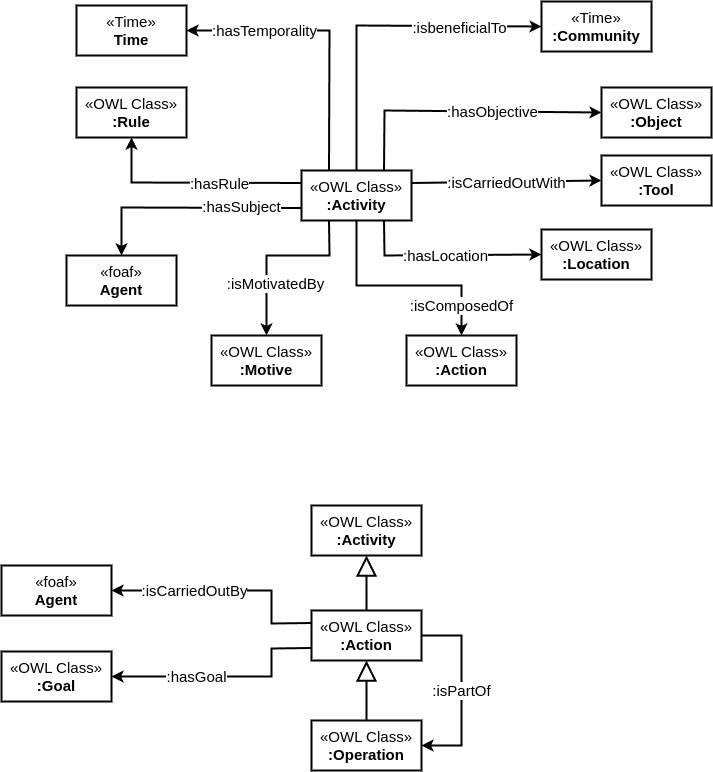
The draw.io diagram Documentation/core.png in sonfack/Activity-Ontology, before a commit. Source tidied: cells renumbered, new cells last; positions are measured from the earlier drawing's top-left corner, leaving out a move shared by most shapes.
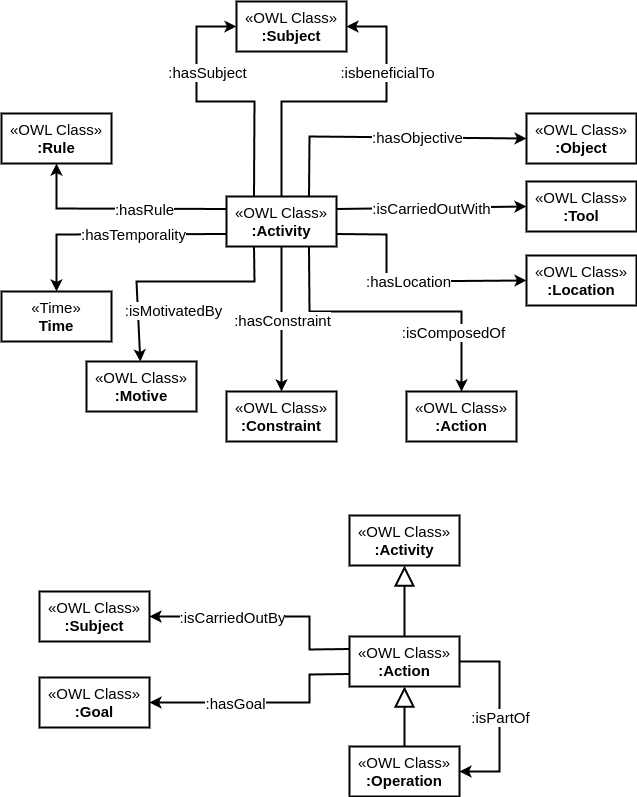
Later version of the same file.

Commit message:
update core activity ontology documentation

What changed in the source:
```diff
@@ -8,39 +8,38 @@
     <mxCell id="3" value="&lt;font style=&quot;font-size: 15px;&quot;&gt;:isCarriedOutWith&lt;/font&gt;" style="edgeLabel;html=1;align=center;verticalAlign=middle;" parent="2" vertex="1">
       <mxGeometry relative="1" as="geometry" />
     </mxCell>
-    <mxCell id="4" style="endArrow=classic;html=1;rounded=0;strokeWidth=2;entryX=0.5;entryY=0;entryDx=0;entryDy=0;exitX=0;exitY=0.75;exitDx=0;exitDy=0;" parent="1" edge="1" source="8" target="10">
+    <mxCell id="4" style="endArrow=classic;html=1;rounded=0;strokeWidth=2;entryX=0;entryY=0.5;entryDx=0;entryDy=0;exitX=0.25;exitY=0;exitDx=0;exitDy=0;" parent="1" edge="1" source="8" target="46">
       <mxGeometry relative="1" as="geometry">
         <Array as="points">
-          <mxPoint x="120" y="206" />
+          <mxPoint x="328" y="74" />
+          <mxPoint x="270" y="74" />
+          <mxPoint x="270" y="-1" />
         </Array>
       </mxGeometry>
     </mxCell>
     <mxCell id="5" value="&lt;font style=&quot;font-size: 15px;&quot;&gt;:hasSubject&lt;/font&gt;" style="edgeLabel;html=1;align=center;verticalAlign=middle;" parent="4" vertex="1">
       <mxGeometry relative="1" as="geometry">
-        <mxPoint x="54" y="-2" as="offset" />
+        <mxPoint x="-9" y="-30" as="offset" />
       </mxGeometry>
     </mxCell>
-    <mxCell id="6" style="endArrow=classic;html=1;rounded=0;strokeWidth=2;entryX=1;entryY=0.5;entryDx=0;entryDy=0;exitX=0.25;exitY=0;exitDx=0;exitDy=0;" parent="1" edge="1" source="8" target="9">
+    <mxCell id="6" style="endArrow=classic;html=1;rounded=0;strokeWidth=2;entryX=0.5;entryY=0;entryDx=0;entryDy=0;exitX=0;exitY=0.75;exitDx=0;exitDy=0;" parent="1" edge="1" source="8" target="9">
       <mxGeometry relative="1" as="geometry">
         <Array as="points">
-          <mxPoint x="328" y="29" />
+          <mxPoint x="130" y="207" />
         </Array>
       </mxGeometry>
     </mxCell>
     <mxCell id="7" value="&lt;font style=&quot;font-size: 15px;&quot;&gt;:hasTemporality&lt;/font&gt;" style="edgeLabel;html=1;align=center;verticalAlign=middle;" parent="6" vertex="1">
       <mxGeometry relative="1" as="geometry">
-        <mxPoint x="-64" as="offset" />
+        <mxPoint x="20" as="offset" />
       </mxGeometry>
     </mxCell>
     <mxCell id="8" value="&lt;font style=&quot;font-size: 15px;&quot;&gt;«OWL Class»&lt;br&gt;&lt;b&gt;:Activity&lt;/b&gt;&lt;br&gt;&lt;/font&gt;" style="html=1;whiteSpace=wrap;strokeWidth=2;" parent="1" vertex="1">
       <mxGeometry x="300" y="169" width="110" height="50" as="geometry" />
     </mxCell>
     <mxCell id="9" value="&lt;font style=&quot;font-size: 15px;&quot;&gt;«Time»&lt;br&gt;&lt;b&gt;Time&lt;/b&gt;&lt;br&gt;&lt;/font&gt;" style="html=1;whiteSpace=wrap;strokeWidth=2;" parent="1" vertex="1">
-      <mxGeometry x="75" y="4" width="110" height="50" as="geometry" />
+      <mxGeometry x="75" y="264" width="110" height="50" as="geometry" />
     </mxCell>
-    <mxCell id="10" value="&lt;font style=&quot;font-size: 15px;&quot;&gt;«foaf»&lt;br&gt;&lt;b&gt;Agent&lt;/b&gt;&lt;br&gt;&lt;/font&gt;" style="html=1;whiteSpace=wrap;strokeWidth=2;" parent="1" vertex="1">
-      <mxGeometry x="65" y="254" width="110" height="50" as="geometry" />
-    </mxCell>
     <mxCell id="11" value="&lt;font style=&quot;font-size: 15px;&quot;&gt;«OWL Class»&lt;br&gt;&lt;b&gt;:Tool&lt;/b&gt;&lt;br&gt;&lt;/font&gt;" style="html=1;whiteSpace=wrap;strokeWidth=2;" parent="1" vertex="1">
       <mxGeometry x="600" y="154" width="110" height="50" as="geometry" />
     </mxCell>
@@ -75,12 +74,13 @@
       <mxGeometry x="75" y="86" width="110" height="50" as="geometry" />
     </mxCell>
     <mxCell id="18" value="&lt;font style=&quot;font-size: 15px;&quot;&gt;«OWL Class»&lt;br&gt;&lt;b&gt;:Location&lt;/b&gt;&lt;br&gt;&lt;/font&gt;" style="html=1;whiteSpace=wrap;strokeWidth=2;" parent="1" vertex="1">
-      <mxGeometry x="540" y="228" width="110" height="50" as="geometry" />
+      <mxGeometry x="600" y="228" width="110" height="50" as="geometry" />
     </mxCell>
-    <mxCell id="19" style="endArrow=classic;html=1;rounded=0;strokeWidth=2;entryX=0;entryY=0.5;entryDx=0;entryDy=0;exitX=0.75;exitY=1;exitDx=0;exitDy=0;" parent="1" edge="1" source="8" target="18">
+    <mxCell id="19" style="endArrow=classic;html=1;rounded=0;strokeWidth=2;entryX=0;entryY=0.5;entryDx=0;entryDy=0;exitX=1;exitY=0.75;exitDx=0;exitDy=0;" parent="1" edge="1" source="8" target="18">
       <mxGeometry relative="1" as="geometry">
         <Array as="points">
-          <mxPoint x="383" y="254" />
+          <mxPoint x="460" y="207" />
+          <mxPoint x="460" y="254" />
         </Array>
       </mxGeometry>
     </mxCell>
@@ -90,8 +90,8 @@
     <mxCell id="21" style="endArrow=classic;html=1;rounded=0;strokeWidth=2;entryX=1;entryY=0.5;entryDx=0;entryDy=0;exitX=0;exitY=0.75;exitDx=0;exitDy=0;" parent="1" edge="1" source="24" target="28">
       <mxGeometry relative="1" as="geometry">
         <Array as="points">
-          <mxPoint x="270" y="647" />
-          <mxPoint x="270" y="675" />
+          <mxPoint x="383" y="647" />
+          <mxPoint x="383" y="675" />
         </Array>
       </mxGeometry>
     </mxCell>
@@ -101,13 +101,13 @@
       </mxGeometry>
     </mxCell>
     <mxCell id="23" value="&lt;font style=&quot;font-size: 15px;&quot;&gt;«OWL Class»&lt;br&gt;&lt;b&gt;:Activity&lt;/b&gt;&lt;br&gt;&lt;/font&gt;" style="html=1;whiteSpace=wrap;strokeWidth=2;" parent="1" vertex="1">
-      <mxGeometry x="310" y="504" width="110" height="50" as="geometry" />
+      <mxGeometry x="423" y="488" width="110" height="50" as="geometry" />
     </mxCell>
     <mxCell id="24" value="&lt;font style=&quot;font-size: 15px;&quot;&gt;«OWL Class»&lt;br&gt;&lt;b&gt;:Action&lt;/b&gt;&lt;br&gt;&lt;/font&gt;" style="html=1;whiteSpace=wrap;strokeWidth=2;" parent="1" vertex="1">
-      <mxGeometry x="310" y="609" width="110" height="50" as="geometry" />
+      <mxGeometry x="423" y="609" width="110" height="50" as="geometry" />
     </mxCell>
     <mxCell id="25" value="&lt;font style=&quot;font-size: 15px;&quot;&gt;«OWL Class»&lt;br&gt;&lt;b&gt;:Operation&lt;/b&gt;&lt;br&gt;&lt;/font&gt;" style="html=1;whiteSpace=wrap;strokeWidth=2;" parent="1" vertex="1">
-      <mxGeometry x="310" y="719" width="110" height="50" as="geometry" />
+      <mxGeometry x="423" y="719" width="110" height="50" as="geometry" />
     </mxCell>
     <mxCell id="26" style="endArrow=block;endSize=16;endFill=0;html=1;rounded=0;strokeWidth=2;entryX=0.5;entryY=1;entryDx=0;entryDy=0;exitX=0.5;exitY=0;exitDx=0;exitDy=0;" parent="1" edge="1" source="25" target="24">
       <mxGeometry relative="1" as="geometry" />
@@ -116,16 +116,13 @@
       <mxGeometry relative="1" as="geometry" />
     </mxCell>
     <mxCell id="28" value="&lt;font style=&quot;font-size: 15px;&quot;&gt;«OWL Class»&lt;br&gt;&lt;b&gt;:Goal&lt;/b&gt;&lt;br&gt;&lt;/font&gt;" style="html=1;whiteSpace=wrap;strokeWidth=2;" parent="1" vertex="1">
-      <mxGeometry y="650" width="110" height="50" as="geometry" />
+      <mxGeometry x="113" y="650" width="110" height="50" as="geometry" />
     </mxCell>
-    <mxCell id="29" value="&lt;font style=&quot;font-size: 15px;&quot;&gt;«foaf»&lt;br&gt;&lt;b&gt;Agent&lt;/b&gt;&lt;br&gt;&lt;/font&gt;" style="html=1;whiteSpace=wrap;strokeWidth=2;" parent="1" vertex="1">
-      <mxGeometry y="564" width="110" height="50" as="geometry" />
-    </mxCell>
-    <mxCell id="30" style="endArrow=classic;html=1;rounded=0;strokeWidth=2;entryX=1;entryY=0.5;entryDx=0;entryDy=0;exitX=0;exitY=0.25;exitDx=0;exitDy=0;" parent="1" edge="1" source="24" target="29">
+    <mxCell id="30" style="endArrow=classic;html=1;rounded=0;strokeWidth=2;exitX=0;exitY=0.25;exitDx=0;exitDy=0;" parent="1" edge="1" source="24" target="47">
       <mxGeometry relative="1" as="geometry">
         <Array as="points">
-          <mxPoint x="270" y="622" />
-          <mxPoint x="270" y="589" />
+          <mxPoint x="383" y="622" />
+          <mxPoint x="383" y="589" />
         </Array>
       </mxGeometry>
     </mxCell>
@@ -135,13 +132,13 @@
       </mxGeometry>
     </mxCell>
     <mxCell id="32" value="&lt;font style=&quot;font-size: 15px;&quot;&gt;«OWL Class»&lt;br&gt;&lt;b&gt;:Motive&lt;/b&gt;&lt;br&gt;&lt;/font&gt;" style="html=1;whiteSpace=wrap;strokeWidth=2;" parent="1" vertex="1">
-      <mxGeometry x="210" y="334" width="110" height="50" as="geometry" />
+      <mxGeometry x="160" y="334" width="110" height="50" as="geometry" />
     </mxCell>
     <mxCell id="33" style="endArrow=classic;html=1;rounded=0;strokeWidth=2;exitX=0.25;exitY=1;exitDx=0;exitDy=0;" parent="1" edge="1" source="8" target="32">
       <mxGeometry relative="1" as="geometry">
         <Array as="points">
           <mxPoint x="328" y="254" />
-          <mxPoint x="265" y="254" />
+          <mxPoint x="210" y="254" />
         </Array>
       </mxGeometry>
     </mxCell>
@@ -150,29 +147,28 @@
         <mxPoint y="28" as="offset" />
       </mxGeometry>
     </mxCell>
-    <mxCell id="35" style="endArrow=classic;html=1;rounded=0;strokeWidth=2;entryX=0;entryY=0.5;entryDx=0;entryDy=0;exitX=0.5;exitY=0;exitDx=0;exitDy=0;" parent="1" edge="1" source="8" target="37">
+    <mxCell id="35" style="endArrow=classic;html=1;rounded=0;strokeWidth=2;entryX=1;entryY=0.5;entryDx=0;entryDy=0;exitX=0.5;exitY=0;exitDx=0;exitDy=0;" parent="1" edge="1" source="8" target="46">
       <mxGeometry relative="1" as="geometry">
         <Array as="points">
-          <mxPoint x="355" y="24" />
+          <mxPoint x="355" y="74" />
+          <mxPoint x="460" y="74" />
+          <mxPoint x="460" y="-1" />
         </Array>
       </mxGeometry>
     </mxCell>
     <mxCell id="36" value="&lt;font style=&quot;font-size: 15px;&quot;&gt;:isbeneficialTo&lt;/font&gt;" style="edgeLabel;html=1;align=center;verticalAlign=middle;" parent="35" vertex="1">
       <mxGeometry relative="1" as="geometry">
-        <mxPoint x="83" y="1" as="offset" />
+        <mxPoint x="42" y="-30" as="offset" />
       </mxGeometry>
     </mxCell>
-    <mxCell id="37" value="&lt;font style=&quot;font-size: 15px;&quot;&gt;«Time»&lt;br&gt;&lt;b&gt;:Community&lt;/b&gt;&lt;/font&gt;" style="html=1;whiteSpace=wrap;strokeWidth=2;" parent="1" vertex="1">
-      <mxGeometry x="540" width="110" height="50" as="geometry" />
-    </mxCell>
     <mxCell id="38" value="&lt;font style=&quot;font-size: 15px;&quot;&gt;«OWL Class»&lt;br&gt;&lt;b&gt;:Action&lt;/b&gt;&lt;br&gt;&lt;/font&gt;" style="html=1;whiteSpace=wrap;strokeWidth=2;" parent="1" vertex="1">
-      <mxGeometry x="405" y="334" width="110" height="50" as="geometry" />
+      <mxGeometry x="480" y="364" width="110" height="50" as="geometry" />
     </mxCell>
-    <mxCell id="39" style="endArrow=classic;html=1;rounded=0;strokeWidth=2;exitX=0.5;exitY=1;exitDx=0;exitDy=0;entryX=0.5;entryY=0;entryDx=0;entryDy=0;" parent="1" edge="1" source="8" target="38">
+    <mxCell id="39" style="endArrow=classic;html=1;rounded=0;strokeWidth=2;exitX=0.75;exitY=1;exitDx=0;exitDy=0;entryX=0.5;entryY=0;entryDx=0;entryDy=0;" parent="1" edge="1" source="8" target="38">
       <mxGeometry relative="1" as="geometry">
         <Array as="points">
-          <mxPoint x="355" y="284" />
-          <mxPoint x="460" y="284" />
+          <mxPoint x="383" y="284" />
+          <mxPoint x="535" y="284" />
         </Array>
       </mxGeometry>
     </mxCell>
@@ -184,13 +180,28 @@
     <mxCell id="41" style="endArrow=classic;html=1;rounded=0;strokeWidth=2;entryX=1;entryY=0.5;entryDx=0;entryDy=0;exitX=1;exitY=0.5;exitDx=0;exitDy=0;" parent="1" edge="1" source="24" target="25">
       <mxGeometry relative="1" as="geometry">
         <Array as="points">
-          <mxPoint x="460" y="634" />
-          <mxPoint x="460" y="744" />
+          <mxPoint x="573" y="634" />
+          <mxPoint x="573" y="744" />
         </Array>
       </mxGeometry>
     </mxCell>
     <mxCell id="42" value="&lt;font style=&quot;font-size: 15px;&quot;&gt;:isPartOf&lt;/font&gt;" style="edgeLabel;html=1;align=center;verticalAlign=middle;" parent="41" vertex="1">
       <mxGeometry relative="1" as="geometry" />
     </mxCell>
+    <mxCell id="43" value="&lt;font style=&quot;font-size: 15px;&quot;&gt;«OWL Class»&lt;br&gt;&lt;b&gt;:Constraint&lt;/b&gt;&lt;br&gt;&lt;/font&gt;" style="html=1;whiteSpace=wrap;strokeWidth=2;" parent="1" vertex="1">
+      <mxGeometry x="300" y="364" width="110" height="50" as="geometry" />
+    </mxCell>
+    <mxCell id="44" style="endArrow=classic;html=1;rounded=0;strokeWidth=2;entryX=0.5;entryY=0;entryDx=0;entryDy=0;exitX=0.5;exitY=1;exitDx=0;exitDy=0;" parent="1" edge="1" source="8" target="43">
+      <mxGeometry relative="1" as="geometry" />
+    </mxCell>
+    <mxCell id="45" value="&lt;font style=&quot;font-size: 15px;&quot;&gt;:hasConstraint&lt;/font&gt;" style="edgeLabel;html=1;align=center;verticalAlign=middle;" parent="44" vertex="1">
+      <mxGeometry relative="1" as="geometry" />
+    </mxCell>
+    <mxCell id="46" value="&lt;font style=&quot;font-size: 15px;&quot;&gt;«OWL Class»&lt;br&gt;&lt;b&gt;:Subject&lt;/b&gt;&lt;/font&gt;" style="html=1;whiteSpace=wrap;strokeWidth=2;" parent="1" vertex="1">
+      <mxGeometry x="310" y="-26" width="110" height="50" as="geometry" />
+    </mxCell>
+    <mxCell id="47" value="&lt;font style=&quot;font-size: 15px;&quot;&gt;«OWL Class»&lt;br&gt;&lt;b&gt;:Subject&lt;/b&gt;&lt;/font&gt;" style="html=1;whiteSpace=wrap;strokeWidth=2;" parent="1" vertex="1">
+      <mxGeometry x="113" y="564" width="110" height="50" as="geometry" />
+    </mxCell>
   </root>
 </mxGraphModel>
```
